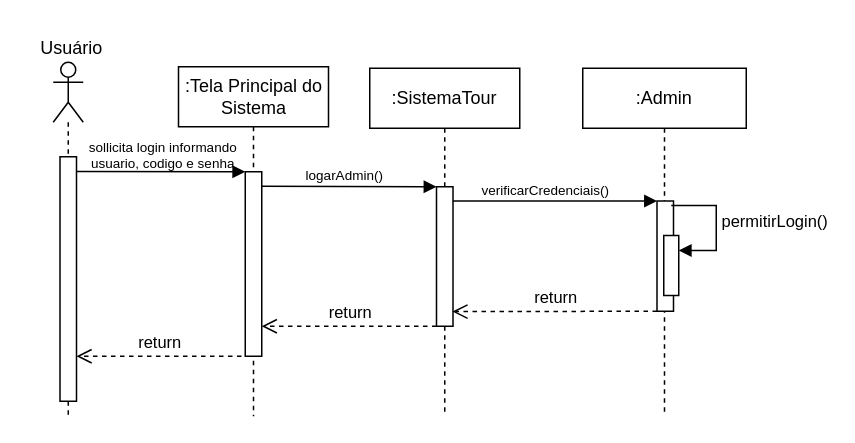
The draw.io diagram DiagramaDeSequencia-LogarAdmin.drawio in Gigagiga1234/Tour-Virtual, before the edit. Source tidied: cells renumbered, new cells numbered last; positions are measured from the earlier drawing's top-left corner, leaving out a move shared by most shapes. Both pictures are drawn from the tidied source at 150%, with x=0, y=0 at pixel (26, 26).
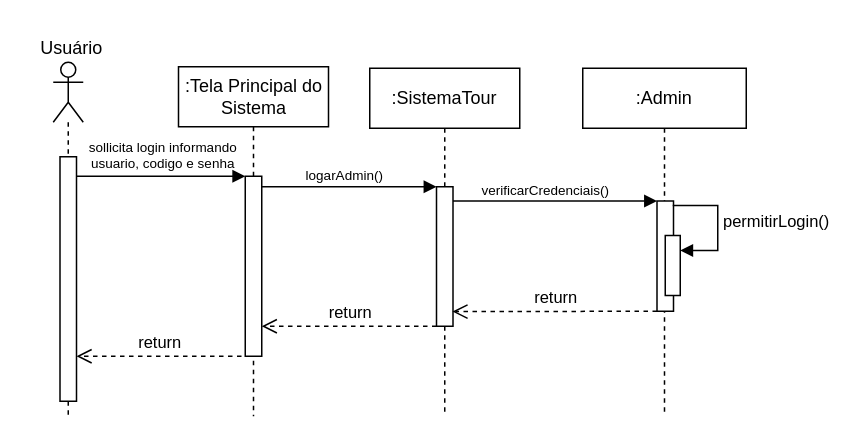
Above is the later version.

Unchanged cells that the change refers to:
```xml
<mxCell id="5" style="rounded=0;whiteSpace=wrap;html=1;" parent="1" vertex="1">
  <mxGeometry x="22.5" y="87" width="11" height="163" as="geometry" />
</mxCell>
<mxCell id="14" style="rounded=0;whiteSpace=wrap;html=1;" parent="1" vertex="1">
  <mxGeometry x="273.5" y="107" width="11" height="93" as="geometry" />
</mxCell>
```

What changed in the source:
```diff
@@
     <mxCell id="7" style="rounded=0;whiteSpace=wrap;html=1;" parent="1" vertex="1">
-      <mxGeometry x="146" y="97" width="11" height="123" as="geometry" />
+      <mxGeometry x="146" y="100" width="11" height="120" as="geometry" />
     </mxCell>
-    <mxCell id="8" style="endArrow=block;html=1;rounded=0;exitX=1.009;exitY=0.06;exitDx=0;exitDy=0;exitPerimeter=0;entryX=0;entryY=0;entryDx=0;entryDy=0;endFill=1;" parent="1" edge="1" source="5" target="7">
+    <mxCell id="8" style="endArrow=block;html=1;rounded=0;exitX=1.01;exitY=0.08;exitDx=0;exitDy=0;exitPerimeter=0;entryX=0;entryY=0;entryDx=0;entryDy=0;endFill=1;" parent="1" edge="1" source="5" target="7">
       <mxGeometry relative="1" as="geometry" />
     </mxCell>
-    <mxCell id="9" style="endArrow=block;html=1;rounded=0;exitX=0.985;exitY=0.078;exitDx=0;exitDy=0;exitPerimeter=0;entryX=0;entryY=0;entryDx=0;entryDy=0;endFill=1;" parent="1" edge="1" source="7" target="14">
+    <mxCell id="9" style="endArrow=block;html=1;rounded=0;exitX=1.005;exitY=0.058;exitDx=0;exitDy=0;exitPerimeter=0;entryX=0;entryY=0;entryDx=0;entryDy=0;endFill=1;" parent="1" edge="1" source="7" target="14">
       <mxGeometry relative="1" as="geometry" />
     </mxCell>
@@
     <mxCell id="20" style="html=1;points=[[0,0,0,0,5],[0,1,0,0,-5],[1,0,0,0,5],[1,1,0,0,-5]];perimeter=orthogonalPerimeter;outlineConnect=0;targetShapes=umlLifeline;portConstraint=eastwest;newEdgeStyle={&quot;curved&quot;:0,&quot;rounded&quot;:0};" parent="1" vertex="1">
-      <mxGeometry x="425" y="139.5" width="10" height="40" as="geometry" />
+      <mxGeometry x="426" y="139.5" width="10" height="40" as="geometry" />
     </mxCell>
-    <mxCell id="21" value="permitirLogin()" style="html=1;align=left;spacingLeft=2;endArrow=block;rounded=0;edgeStyle=orthogonalEdgeStyle;curved=0;rounded=0;" parent="1" edge="1" target="20">
+    <mxCell id="21" value="permitirLogin()" style="html=1;align=left;spacingLeft=2;endArrow=block;rounded=0;edgeStyle=orthogonalEdgeStyle;curved=0;rounded=0;" parent="1" edge="1">
       <mxGeometry x="-0.05" relative="1" as="geometry">
-        <mxPoint x="430" y="119.5" as="sourcePoint" />
+        <mxPoint x="431" y="119.5" as="sourcePoint" />
+        <mxPoint x="436" y="149.5" as="targetPoint" />
         <Array as="points">
-          <mxPoint x="460" y="149.5" />
+          <mxPoint x="461" y="149.5" />
         </Array>
       </mxGeometry>
     </mxCell>
```
